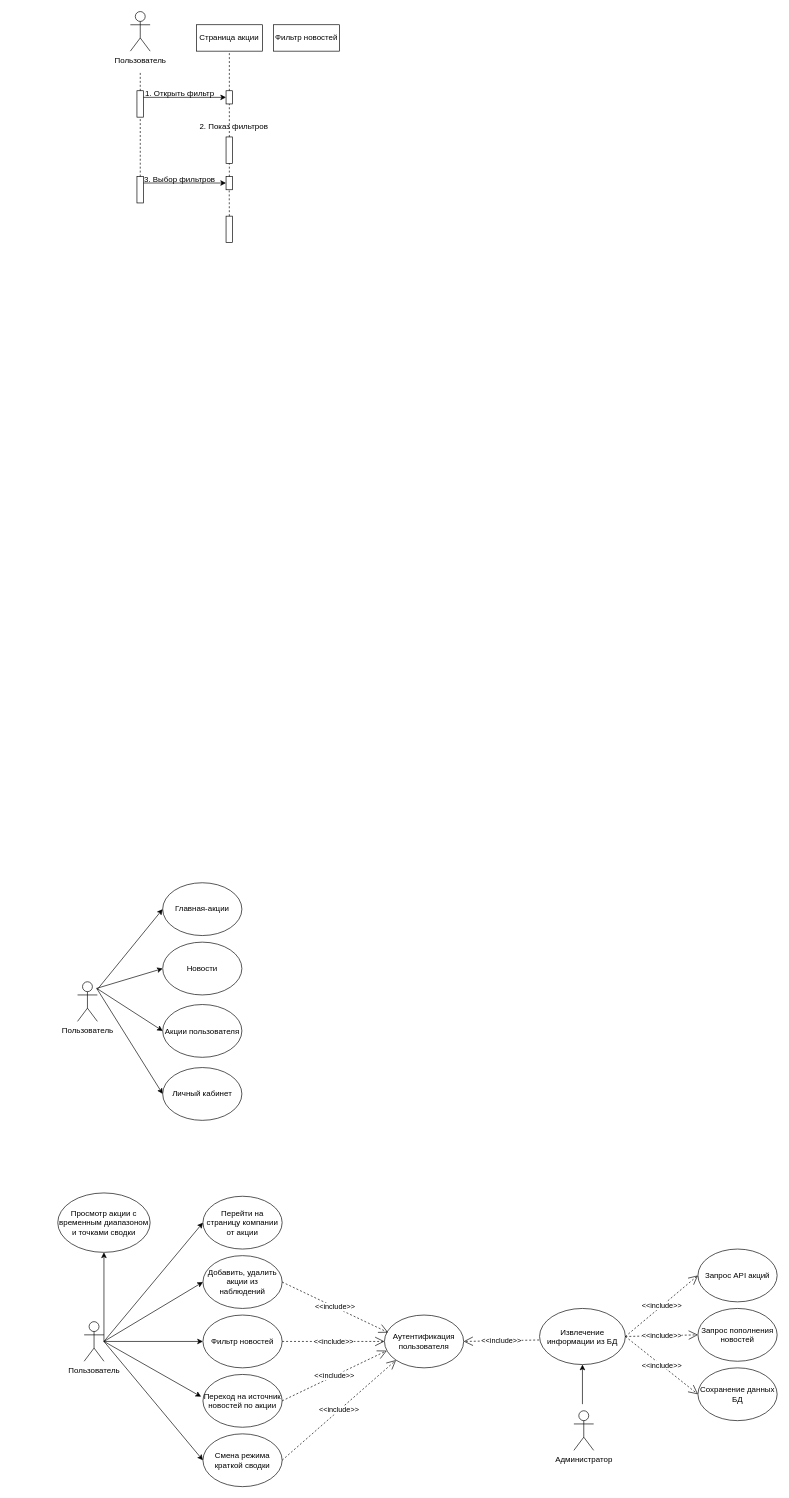
Earlier version of the draw.io diagram ARA.drawio (UnFighter/Ara). Source tidied: cells renumbered, new cells numbered last; positions are measured from the earlier drawing's top-left corner, leaving out a move shared by most shapes. Both pictures are drawn from the tidied source at 66%, with x=0, y=0 at pixel (11, 11).
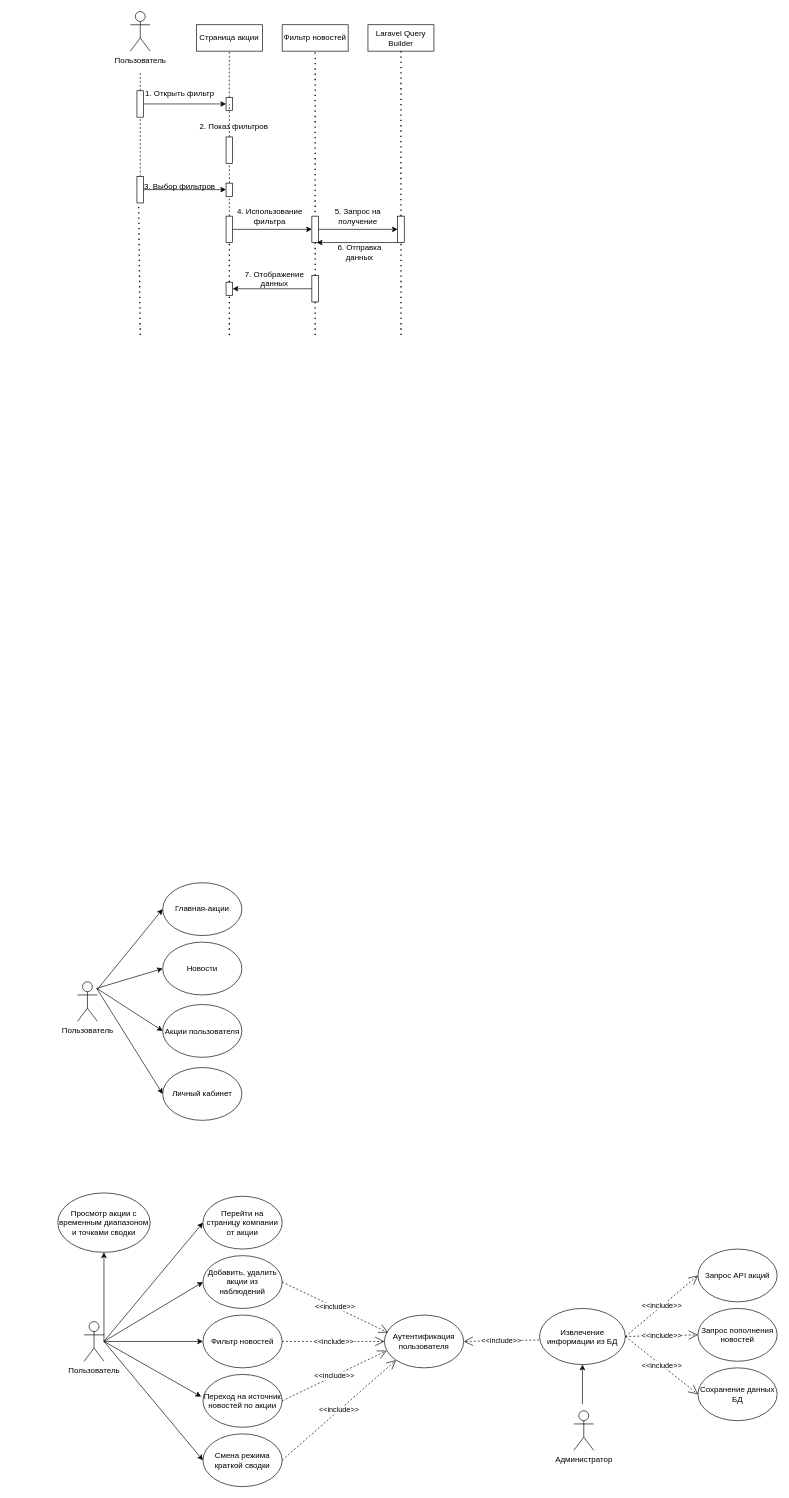
Above is the later version.

The change refers to these unchanged cells:
```xml
<mxCell id="46" style="rounded=0;whiteSpace=wrap;html=1;" parent="1" vertex="1">
  <mxGeometry x="190" y="120" width="10" height="40" as="geometry" />
</mxCell>
<mxCell id="55" style="rounded=0;whiteSpace=wrap;html=1;" parent="1" vertex="1">
  <mxGeometry x="190" y="250" width="10" height="40" as="geometry" />
</mxCell>
```

Diff of the diagram source:
```diff
@@
     <mxCell id="49" value="Фильтр новостей" style="rounded=0;whiteSpace=wrap;html=1;" parent="1" vertex="1">
-      <mxGeometry x="397" y="20" width="100" height="40" as="geometry" />
+      <mxGeometry x="410" y="20" width="100" height="40" as="geometry" />
     </mxCell>
     <mxCell id="50" style="rounded=0;whiteSpace=wrap;html=1;" parent="1" vertex="1">
-      <mxGeometry x="325" y="120" width="10" height="20" as="geometry" />
+      <mxGeometry x="325" y="130" width="10" height="20" as="geometry" />
     </mxCell>
@@
-    <mxCell id="52" style="endArrow=classic;html=1;rounded=0;exitX=1;exitY=0.25;exitDx=0;exitDy=0;entryX=0;entryY=0.5;entryDx=0;entryDy=0;" parent="1" edge="1" source="46" target="50">
-      <mxGeometry relative="1" as="geometry" />
-    </mxCell>
-    <mxCell id="53" value="1. Открыть фильтр" style="text;html=1;align=center;verticalAlign=middle;whiteSpace=wrap;rounded=0;" parent="1" vertex="1">
-      <mxGeometry x="200" y="110" width="110" height="30" as="geometry" />
-    </mxCell>
@@
     <mxCell id="59" style="rounded=0;whiteSpace=wrap;html=1;" parent="1" vertex="1">
-      <mxGeometry x="325" y="250" width="10" height="20" as="geometry" />
+      <mxGeometry x="325" y="260" width="10" height="20" as="geometry" />
     </mxCell>
@@
+    <mxCell id="63" style="rounded=0;whiteSpace=wrap;html=1;" parent="1" vertex="1">
+      <mxGeometry x="325" y="310" width="10" height="40" as="geometry" />
+    </mxCell>
+    <mxCell id="64" style="endArrow=none;dashed=1;html=1;rounded=0;" parent="1" edge="1">
+      <mxGeometry relative="1" as="geometry">
+        <mxPoint x="330" y="310" as="sourcePoint" />
+        <mxPoint x="330" y="280" as="targetPoint" />
+      </mxGeometry>
+    </mxCell>
+    <mxCell id="65" value="Laravel Query Builder" style="rounded=0;whiteSpace=wrap;html=1;" parent="1" vertex="1">
+      <mxGeometry x="540" y="20" width="100" height="40" as="geometry" />
+    </mxCell>
+    <mxCell id="66" style="endArrow=none;dashed=1;html=1;dashPattern=1 3;strokeWidth=2;rounded=0;entryX=0.5;entryY=1;entryDx=0;entryDy=0;exitX=0.5;exitY=0;exitDx=0;exitDy=0;" parent="1" edge="1" target="49">
+      <mxGeometry relative="1" as="geometry">
+        <mxPoint x="460" y="320" as="sourcePoint" />
+      </mxGeometry>
+    </mxCell>
+    <mxCell id="67" value="4. Использование фильтра" style="text;html=1;align=center;verticalAlign=middle;whiteSpace=wrap;rounded=0;" parent="1" vertex="1">
+      <mxGeometry x="336" y="300" width="111" height="20" as="geometry" />
+    </mxCell>
+    <mxCell id="68" style="group;" parent="1" vertex="1">
+      <mxGeometry x="200" y="250" width="125" height="30" as="geometry" />
+    </mxCell>
-    <mxCell id="61" style="endArrow=classic;html=1;rounded=0;exitX=1;exitY=0.25;exitDx=0;exitDy=0;entryX=0;entryY=0.5;entryDx=0;entryDy=0;" parent="1" edge="1">
+    <mxCell id="61" style="endArrow=classic;html=1;rounded=0;exitX=1;exitY=0.25;exitDx=0;exitDy=0;entryX=0;entryY=0.5;entryDx=0;entryDy=0;" parent="68" edge="1">
       <mxGeometry relative="1" as="geometry">
-        <mxPoint x="200" y="259.8" as="sourcePoint" />
-        <mxPoint x="325" y="259.8" as="targetPoint" />
+        <mxPoint y="19.8" as="sourcePoint" />
+        <mxPoint x="125" y="19.8" as="targetPoint" />
       </mxGeometry>
     </mxCell>
-    <mxCell id="62" value="3. Выбор фильтров" style="text;html=1;align=center;verticalAlign=middle;whiteSpace=wrap;rounded=0;" parent="1" vertex="1">
-      <mxGeometry x="200" y="240" width="110" height="30" as="geometry" />
+    <mxCell id="62" value="3. Выбор фильтров" style="text;html=1;align=center;verticalAlign=middle;whiteSpace=wrap;rounded=0;" parent="68" vertex="1">
+      <mxGeometry width="110" height="30" as="geometry" />
     </mxCell>
-    <mxCell id="63" style="rounded=0;whiteSpace=wrap;html=1;" parent="1" vertex="1">
-      <mxGeometry x="325" y="310" width="10" height="40" as="geometry" />
-    </mxCell>
-    <mxCell id="64" style="endArrow=none;dashed=1;html=1;rounded=0;entryX=0.5;entryY=1;entryDx=0;entryDy=0;" parent="1" edge="1">
-      <mxGeometry relative="1" as="geometry">
-        <mxPoint x="330" y="310" as="sourcePoint" />
-        <mxPoint x="329.8" y="270" as="targetPoint" />
-      </mxGeometry>
-    </mxCell>
+    <mxCell id="69" style="group;" parent="1" vertex="1">
+      <mxGeometry x="200" y="110" width="110" height="30" as="geometry" />
+    </mxCell>
+    <mxCell id="53" value="1. Открыть фильтр" style="text;html=1;align=center;verticalAlign=middle;whiteSpace=wrap;rounded=0;" parent="69" vertex="1">
+      <mxGeometry width="110" height="30" as="geometry" />
+    </mxCell>
+    <mxCell id="52" style="endArrow=classic;html=1;rounded=0;exitX=0;exitY=1;exitDx=0;exitDy=0;entryX=0;entryY=0.5;entryDx=0;entryDy=0;" parent="1" edge="1" source="53" target="50">
+      <mxGeometry relative="1" as="geometry" />
+    </mxCell>
+    <mxCell id="70" style="endArrow=classic;html=1;rounded=0;exitX=1;exitY=0.5;exitDx=0;exitDy=0;entryX=0;entryY=0.5;entryDx=0;entryDy=0;" parent="1" edge="1" source="63">
+      <mxGeometry relative="1" as="geometry">
+        <mxPoint x="455" y="330" as="targetPoint" />
+      </mxGeometry>
+    </mxCell>
+    <mxCell id="71" style="rounded=0;whiteSpace=wrap;html=1;" parent="1" vertex="1">
+      <mxGeometry x="585" y="310" width="10" height="40" as="geometry" />
+    </mxCell>
+    <mxCell id="72" style="endArrow=none;dashed=1;html=1;dashPattern=1 3;strokeWidth=2;rounded=0;entryX=0.5;entryY=1;entryDx=0;entryDy=0;exitX=0.5;exitY=0;exitDx=0;exitDy=0;" parent="1" edge="1" source="71" target="65">
+      <mxGeometry relative="1" as="geometry" />
+    </mxCell>
+    <mxCell id="73" style="endArrow=classic;html=1;rounded=0;entryX=0;entryY=0.5;entryDx=0;entryDy=0;" parent="1" edge="1" target="71">
+      <mxGeometry relative="1" as="geometry">
+        <mxPoint x="465" y="330" as="sourcePoint" />
+      </mxGeometry>
+    </mxCell>
+    <mxCell id="74" value="5. Запрос на получение" style="text;html=1;align=center;verticalAlign=middle;whiteSpace=wrap;rounded=0;" parent="1" vertex="1">
+      <mxGeometry x="480" y="295" width="90" height="30" as="geometry" />
+    </mxCell>
+    <mxCell id="75" style="rounded=0;whiteSpace=wrap;html=1;" parent="1" vertex="1">
+      <mxGeometry x="455" y="310" width="10" height="40" as="geometry" />
+    </mxCell>
+    <mxCell id="76" style="endArrow=classic;html=1;rounded=0;entryX=0.75;entryY=1;entryDx=0;entryDy=0;exitX=0;exitY=1;exitDx=0;exitDy=0;" parent="1" edge="1" source="71" target="75">
+      <mxGeometry relative="1" as="geometry" />
+    </mxCell>
+    <mxCell id="77" value="6. Отправка данных" style="text;html=1;align=center;verticalAlign=middle;whiteSpace=wrap;rounded=0;" parent="1" vertex="1">
+      <mxGeometry x="485" y="350" width="85" height="30" as="geometry" />
+    </mxCell>
+    <mxCell id="78" style="rounded=0;whiteSpace=wrap;html=1;" parent="1" vertex="1">
+      <mxGeometry x="455" y="400" width="10" height="40" as="geometry" />
+    </mxCell>
+    <mxCell id="79" style="rounded=0;whiteSpace=wrap;html=1;" parent="1" vertex="1">
+      <mxGeometry x="325" y="410" width="10" height="20" as="geometry" />
+    </mxCell>
+    <mxCell id="80" style="endArrow=none;dashed=1;html=1;dashPattern=1 3;strokeWidth=2;rounded=0;exitX=0.5;exitY=0;exitDx=0;exitDy=0;entryX=0.5;entryY=1;entryDx=0;entryDy=0;" parent="1" edge="1" source="78" target="75">
+      <mxGeometry relative="1" as="geometry" />
+    </mxCell>
+    <mxCell id="81" style="endArrow=classic;html=1;rounded=0;exitX=0;exitY=0.5;exitDx=0;exitDy=0;entryX=1;entryY=0.5;entryDx=0;entryDy=0;" parent="1" edge="1" source="78" target="79">
+      <mxGeometry relative="1" as="geometry" />
+    </mxCell>
+    <mxCell id="82" style="endArrow=none;dashed=1;html=1;dashPattern=1 3;strokeWidth=2;rounded=0;entryX=0.5;entryY=1;entryDx=0;entryDy=0;exitX=0.5;exitY=0;exitDx=0;exitDy=0;" parent="1" edge="1" source="79" target="63">
+      <mxGeometry relative="1" as="geometry" />
+    </mxCell>
+    <mxCell id="83" value="7. Отображение данных" style="text;html=1;align=center;verticalAlign=middle;whiteSpace=wrap;rounded=0;" parent="1" vertex="1">
+      <mxGeometry x="349" y="390" width="98.5" height="30" as="geometry" />
+    </mxCell>
+    <mxCell id="84" style="endArrow=none;dashed=1;html=1;dashPattern=1 3;strokeWidth=2;rounded=0;entryX=0.25;entryY=1;entryDx=0;entryDy=0;" parent="1" edge="1" target="55">
+      <mxGeometry relative="1" as="geometry">
+        <mxPoint x="195" y="490" as="sourcePoint" />
+      </mxGeometry>
+    </mxCell>
+    <mxCell id="85" style="endArrow=none;dashed=1;html=1;dashPattern=1 3;strokeWidth=2;rounded=0;entryX=0.5;entryY=1;entryDx=0;entryDy=0;" parent="1" edge="1" target="79">
+      <mxGeometry relative="1" as="geometry">
+        <mxPoint x="330" y="490" as="sourcePoint" />
+      </mxGeometry>
+    </mxCell>
+    <mxCell id="86" style="endArrow=none;dashed=1;html=1;dashPattern=1 3;strokeWidth=2;rounded=0;entryX=0.5;entryY=1;entryDx=0;entryDy=0;" parent="1" edge="1" target="78">
+      <mxGeometry relative="1" as="geometry">
+        <mxPoint x="460" y="490" as="sourcePoint" />
+      </mxGeometry>
+    </mxCell>
+    <mxCell id="87" style="endArrow=none;dashed=1;html=1;dashPattern=1 3;strokeWidth=2;rounded=0;entryX=0.5;entryY=1;entryDx=0;entryDy=0;" parent="1" edge="1" target="71">
+      <mxGeometry relative="1" as="geometry">
+        <mxPoint x="590" y="490" as="sourcePoint" />
+      </mxGeometry>
+    </mxCell>
```
